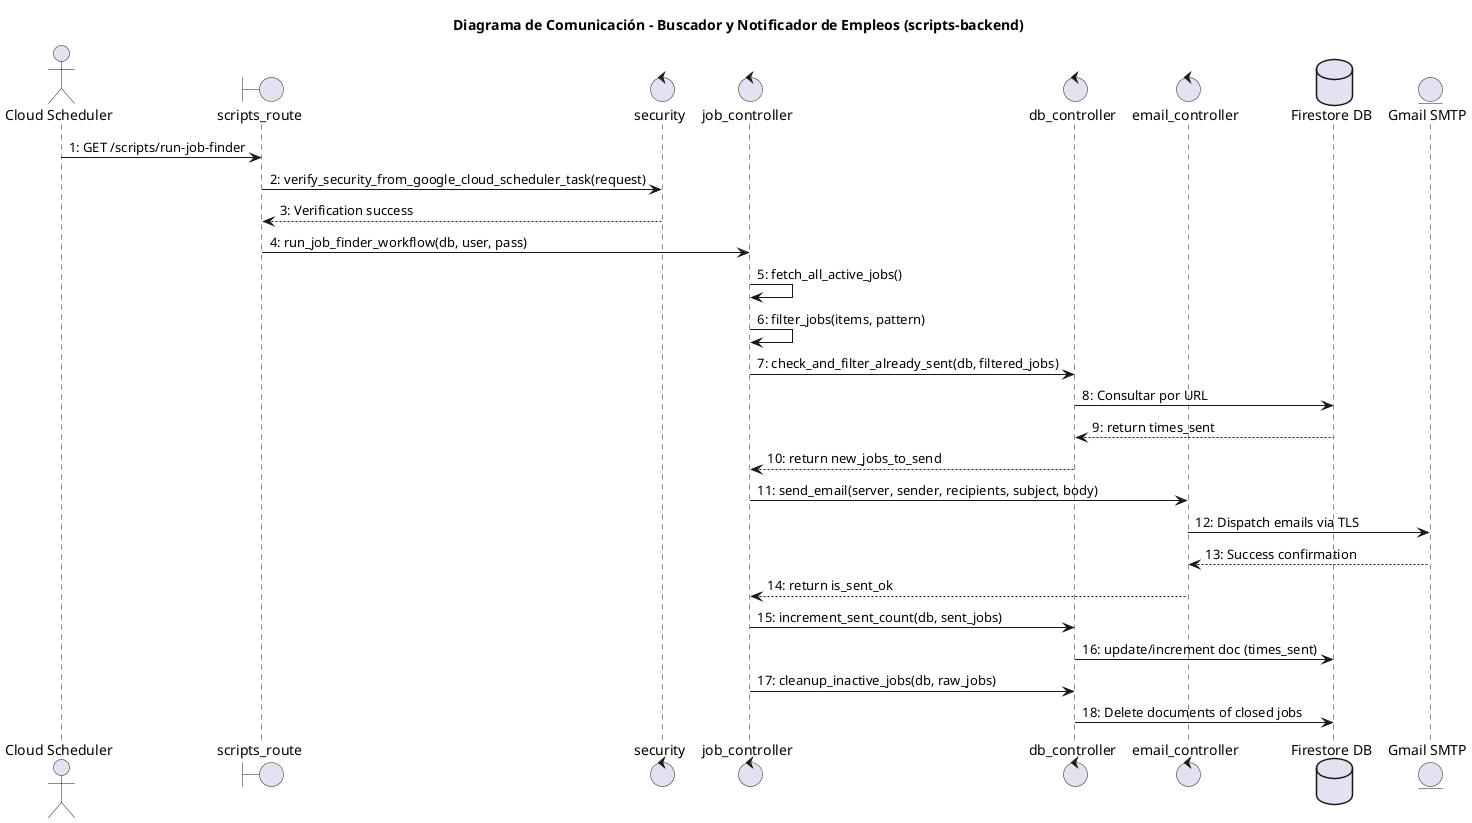
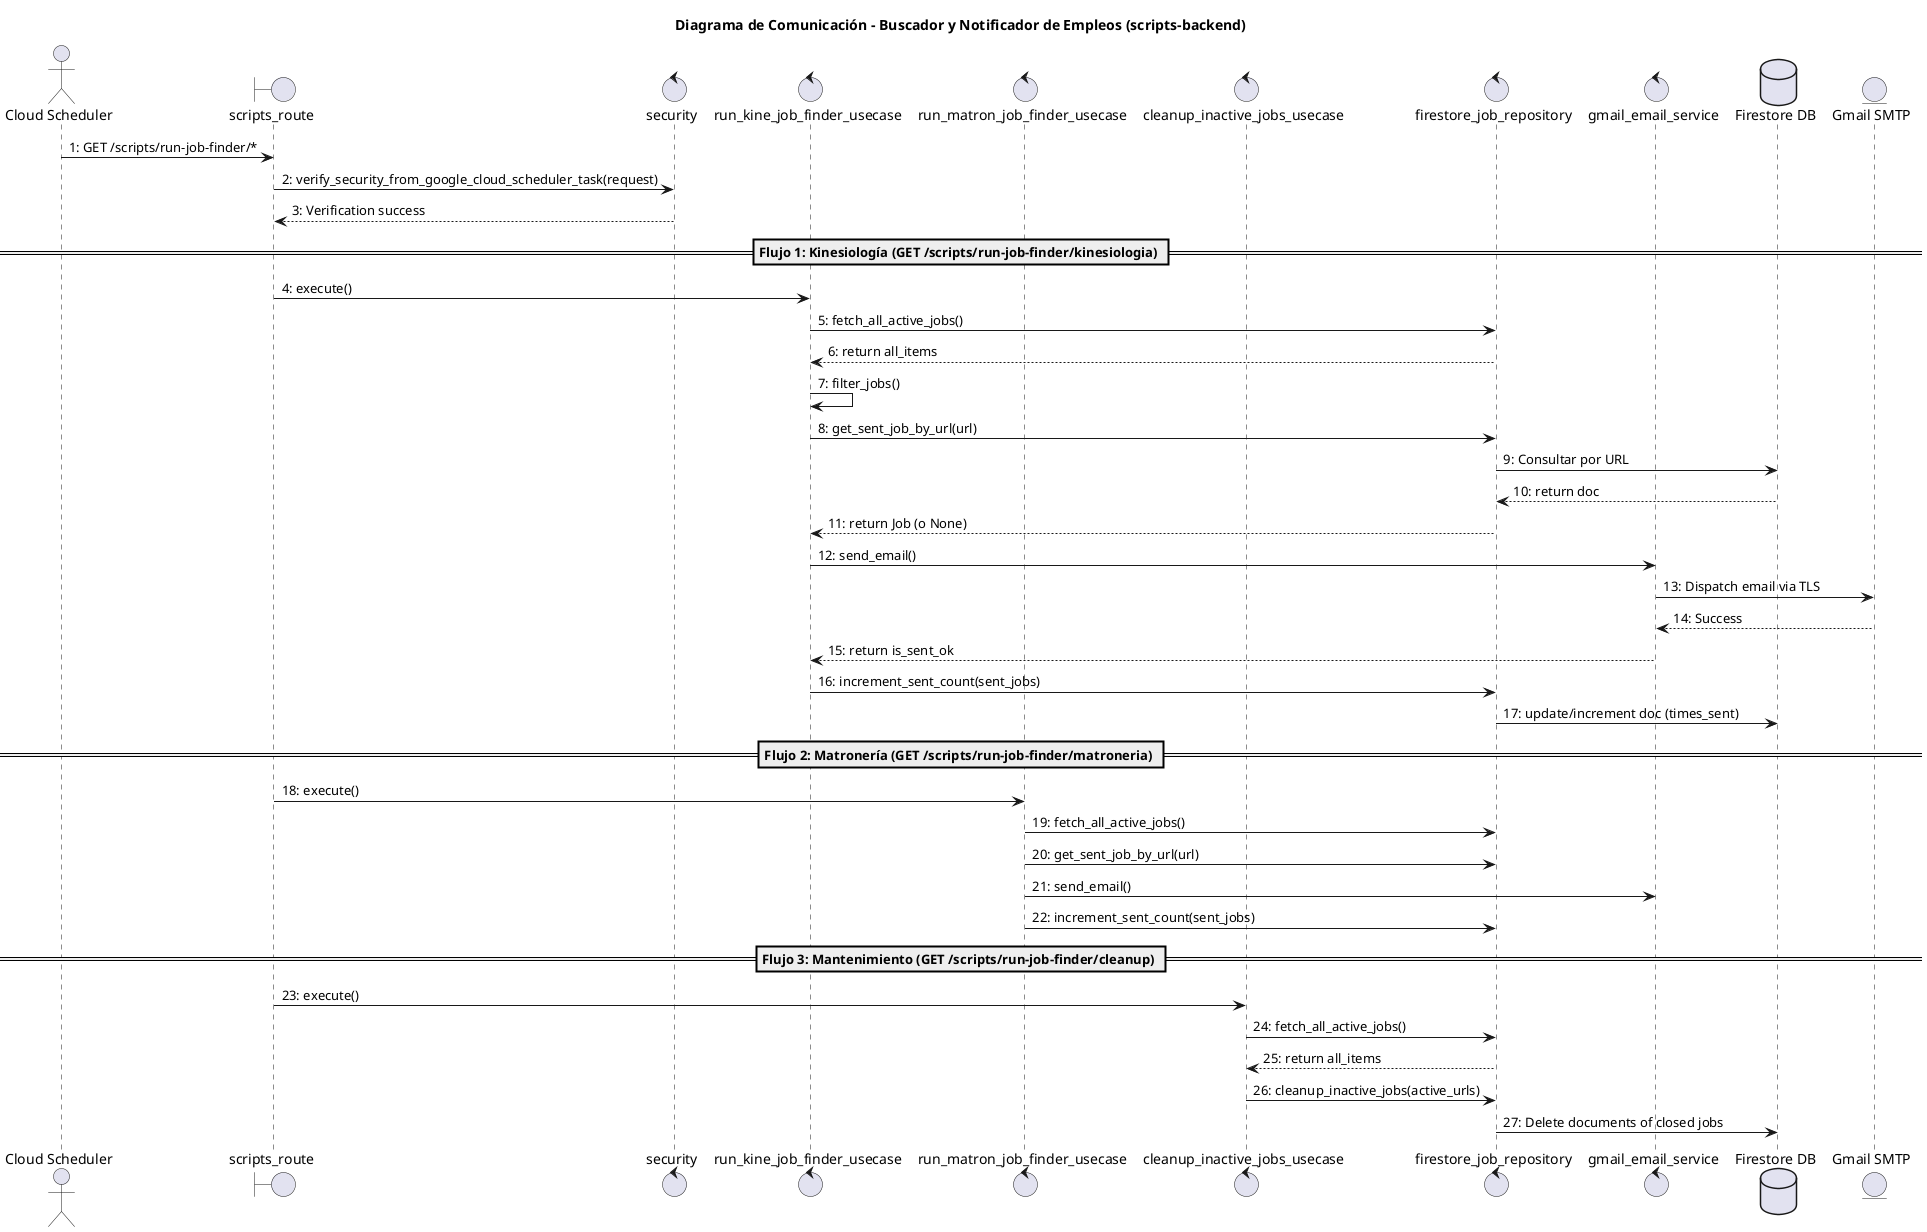
@startuml Communication Diagram
title Diagrama de Comunicación - Buscador y Notificador de Empleos (scripts-backend)

skinparam responseMessageAlign center

actor "Cloud Scheduler" as scheduler
boundary "scripts_route" as router
control "security" as sec
- control "job_controller" as jobCtrl
- control "db_controller" as dbCtrl
- control "email_controller" as emailCtrl
+ control "run_kine_job_finder_usecase" as kineUc
+ control "run_matron_job_finder_usecase" as matronUc
+ control "cleanup_inactive_jobs_usecase" as cleanupUc
+ control "firestore_job_repository" as dbCtrl
+ control "gmail_email_service" as emailCtrl
database "Firestore DB" as db
entity "Gmail SMTP" as smtp

- scheduler -> router : 1: GET /scripts/run-job-finder
+ scheduler -> router : 1: GET /scripts/run-job-finder/*
router -> sec : 2: verify_security_from_google_cloud_scheduler_task(request)
sec --> router : 3: Verification success

- router -> jobCtrl : 4: run_job_finder_workflow(db, user, pass)
+ == Flujo 1: Kinesiología (GET /scripts/run-job-finder/kinesiologia) ==
+ router -> kineUc : 4: execute()
+ kineUc -> dbCtrl : 5: fetch_all_active_jobs()
+ dbCtrl --> kineUc : 6: return all_items
+ kineUc -> kineUc : 7: filter_jobs()
+ kineUc -> dbCtrl : 8: get_sent_job_by_url(url)
+ dbCtrl -> db : 9: Consultar por URL
+ db --> dbCtrl : 10: return doc
+ dbCtrl --> kineUc : 11: return Job (o None)
+ kineUc -> emailCtrl : 12: send_email()
+ emailCtrl -> smtp : 13: Dispatch email via TLS
+ smtp --> emailCtrl : 14: Success
+ emailCtrl --> kineUc : 15: return is_sent_ok
+ kineUc -> dbCtrl : 16: increment_sent_count(sent_jobs)
+ dbCtrl -> db : 17: update/increment doc (times_sent)

- jobCtrl -> jobCtrl : 5: fetch_all_active_jobs()
- jobCtrl -> jobCtrl : 6: filter_jobs(items, pattern)
+ == Flujo 2: Matronería (GET /scripts/run-job-finder/matroneria) ==
+ router -> matronUc : 18: execute()
+ matronUc -> dbCtrl : 19: fetch_all_active_jobs()
+ matronUc -> dbCtrl : 20: get_sent_job_by_url(url)
+ matronUc -> emailCtrl : 21: send_email()
+ matronUc -> dbCtrl : 22: increment_sent_count(sent_jobs)

- jobCtrl -> dbCtrl : 7: check_and_filter_already_sent(db, filtered_jobs)
- dbCtrl -> db : 8: Consultar por URL
- db --> dbCtrl : 9: return times_sent
- dbCtrl --> jobCtrl : 10: return new_jobs_to_send
- 
- jobCtrl -> emailCtrl : 11: send_email(server, sender, recipients, subject, body)
- emailCtrl -> smtp : 12: Dispatch emails via TLS
- smtp --> emailCtrl : 13: Success confirmation
- emailCtrl --> jobCtrl : 14: return is_sent_ok
- 
- jobCtrl -> dbCtrl : 15: increment_sent_count(db, sent_jobs)
- dbCtrl -> db : 16: update/increment doc (times_sent)
- 
- jobCtrl -> dbCtrl : 17: cleanup_inactive_jobs(db, raw_jobs)
- dbCtrl -> db : 18: Delete documents of closed jobs
+ == Flujo 3: Mantenimiento (GET /scripts/run-job-finder/cleanup) ==
+ router -> cleanupUc : 23: execute()
+ cleanupUc -> dbCtrl : 24: fetch_all_active_jobs()
+ dbCtrl --> cleanupUc : 25: return all_items
+ cleanupUc -> dbCtrl : 26: cleanup_inactive_jobs(active_urls)
+ dbCtrl -> db : 27: Delete documents of closed jobs

@enduml
